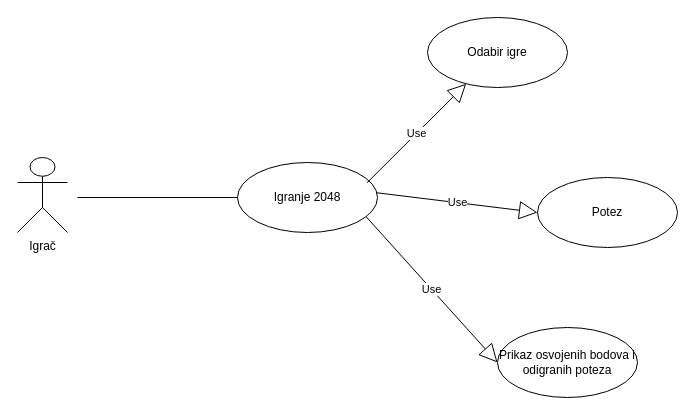
Above: page "UseCase: Igranje 2048" (1 of 5) of dijagram.drawio in ivanaher/2048 (draw.io), before the change. Source tidied: cells renumbered, new cells numbered last; positions are measured from the earlier drawing's top-left corner, leaving out a move shared by most shapes. Both pictures are drawn from the tidied source at 100%, with x=0, y=0 at pixel (17, 17).
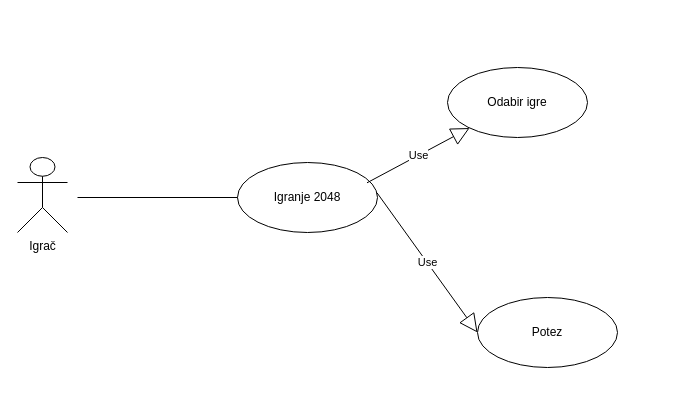
The same page after the edit.

The edit, as a diff of the source:
```diff
@@
 <mxGraphModel>
   <root>
     <mxCell id="0" />
     <mxCell id="1" parent="0" />
     <mxCell id="2" value="Igrač" style="shape=umlActor;verticalLabelPosition=bottom;verticalAlign=top;html=1;" parent="1" vertex="1">
       <mxGeometry y="140" width="50" height="75" as="geometry" />
     </mxCell>
     <mxCell id="3" value="Igranje 2048" style="ellipse;whiteSpace=wrap;html=1;" parent="1" vertex="1">
       <mxGeometry x="220" y="145" width="140" height="70" as="geometry" />
     </mxCell>
     <mxCell id="4" style="endArrow=none;html=1;exitX=0;exitY=0.5;exitDx=0;exitDy=0;" parent="1" edge="1" source="3">
       <mxGeometry relative="1" as="geometry">
         <mxPoint x="60" y="180" as="targetPoint" />
       </mxGeometry>
     </mxCell>
     <mxCell id="5" value="Odabir igre" style="ellipse;whiteSpace=wrap;html=1;" parent="1" vertex="1">
-      <mxGeometry x="410" width="140" height="70" as="geometry" />
+      <mxGeometry x="430" y="50" width="140" height="70" as="geometry" />
     </mxCell>
     <mxCell id="6" value="Potez" style="ellipse;whiteSpace=wrap;html=1;" parent="1" vertex="1">
-      <mxGeometry x="520" y="160" width="140" height="70" as="geometry" />
+      <mxGeometry x="460" y="280" width="140" height="70" as="geometry" />
     </mxCell>
-    <mxCell id="7" value="Prikaz osvojenih bodova i odigranih poteza" style="ellipse;whiteSpace=wrap;html=1;" parent="1" vertex="1">
-      <mxGeometry x="480" y="310" width="140" height="70" as="geometry" />
-    </mxCell>
     <mxCell id="8" value="Use" style="endArrow=block;endSize=16;endFill=0;html=1;exitX=1;exitY=0;exitDx=0;exitDy=0;" parent="1" edge="1" target="5">
       <mxGeometry relative="1" as="geometry">
         <mxPoint x="349.5" y="165.3" as="sourcePoint" />
       </mxGeometry>
     </mxCell>
     <mxCell id="9" value="Use" style="endArrow=block;endSize=16;endFill=0;html=1;exitX=1;exitY=0;exitDx=0;exitDy=0;entryX=0;entryY=0.5;entryDx=0;entryDy=0;" parent="1" edge="1" target="6">
       <mxGeometry relative="1" as="geometry">
         <mxPoint x="359.5" y="175.3" as="sourcePoint" />
       </mxGeometry>
     </mxCell>
-    <mxCell id="10" value="Use" style="endArrow=block;endSize=16;endFill=0;html=1;exitX=0.92;exitY=0.777;exitDx=0;exitDy=0;exitPerimeter=0;entryX=0;entryY=0.5;entryDx=0;entryDy=0;" parent="1" edge="1" source="3" target="7">
-      <mxGeometry relative="1" as="geometry" />
-    </mxCell>
   </root>
 </mxGraphModel>
```
